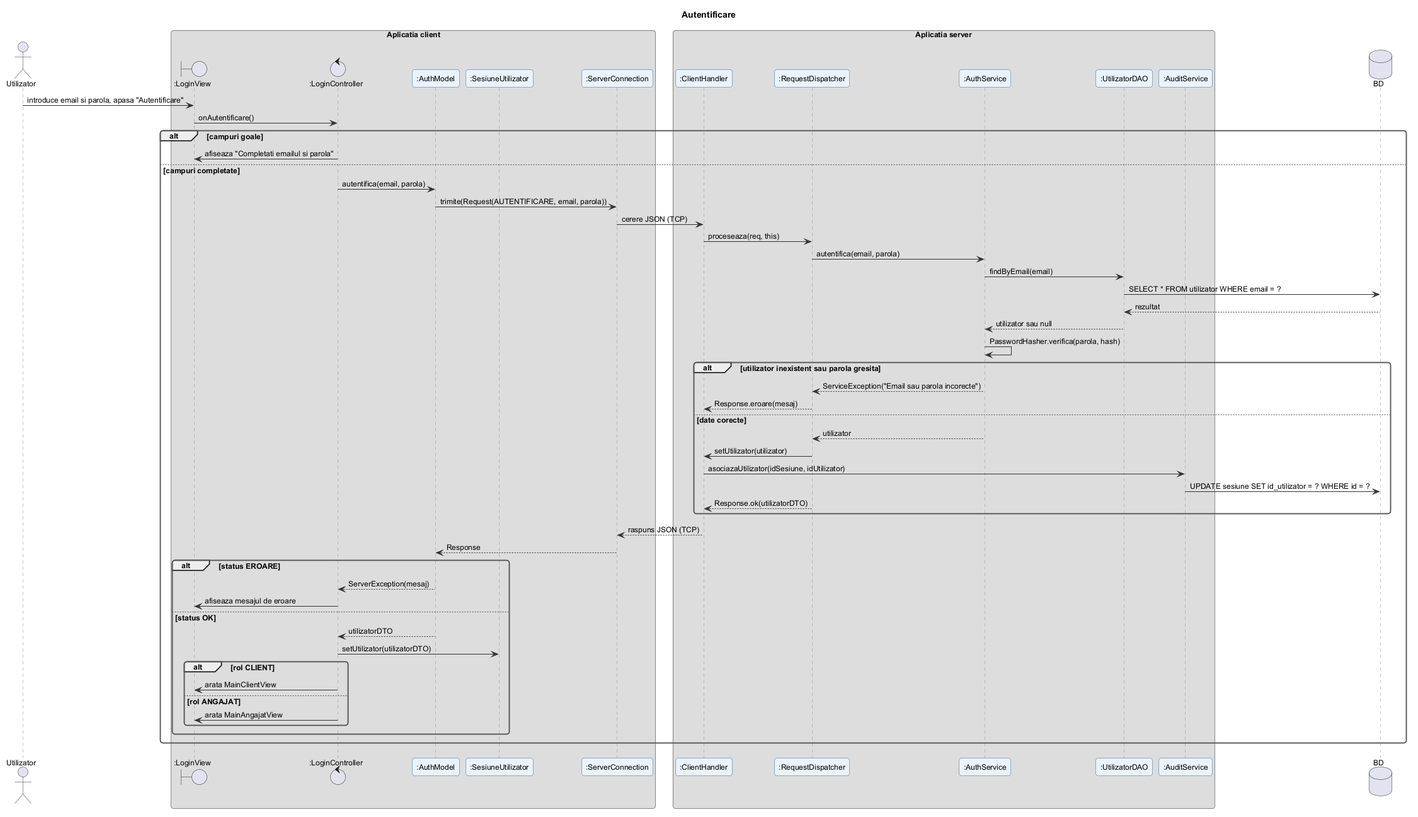
Before: docs/diagrame/6_secventa/autentificare.png, a diagram exported from PlantUML (filip-eanu/ProiectIS). Its diagram source:
```plantuml
@startuml autentificare
!include ../_stil.iuml
title Autentificare

actor Utilizator
box "Aplicatia client"
boundary ":LoginView" as V
control ":LoginController" as C
participant ":AuthModel" as M
participant ":SesiuneUtilizator" as SU
participant ":ServerConnection" as SC
end box
box "Aplicatia server"
participant ":ClientHandler" as CH
participant ":RequestDispatcher" as RD
participant ":AuthService" as S
participant ":UtilizatorDAO" as D
participant ":AuditService" as AS
end box
database "BD" as DB

Utilizator -> V : introduce email si parola, apasa "Autentificare"
V -> C : onAutentificare()
alt campuri goale
  C -> V : afiseaza "Completati emailul si parola"
else campuri completate
  C -> M : autentifica(email, parola)
  M -> SC : trimite(Request(AUTENTIFICARE, email, parola))
  SC -> CH : cerere JSON (TCP)
  CH -> RD : proceseaza(req, this)
  RD -> S : autentifica(email, parola)
  S -> D : findByEmail(email)
  D -> DB : SELECT * FROM utilizator WHERE email = ?
  DB --> D : rezultat
  D --> S : utilizator sau null
  S -> S : PasswordHasher.verifica(parola, hash)
  alt utilizator inexistent sau parola gresita
    S --> RD : ServiceException("Email sau parola incorecte")
    RD --> CH : Response.eroare(mesaj)
  else date corecte
    S --> RD : utilizator
    RD -> CH : setUtilizator(utilizator)
    CH -> AS : asociazaUtilizator(idSesiune, idUtilizator)
    AS -> DB : UPDATE sesiune SET id_utilizator = ? WHERE id = ?
    RD --> CH : Response.ok(utilizatorDTO)
  end
  CH --> SC : raspuns JSON (TCP)
  SC --> M : Response
  alt status EROARE
    M --> C : ServerException(mesaj)
    C -> V : afiseaza mesajul de eroare
  else status OK
    M --> C : utilizatorDTO
    C -> SU : setUtilizator(utilizatorDTO)
    alt rol CLIENT
      C -> V : arata MainClientView
    else rol ANGAJAT
      C -> V : arata MainAngajatView
    end
  end
end
@enduml
```
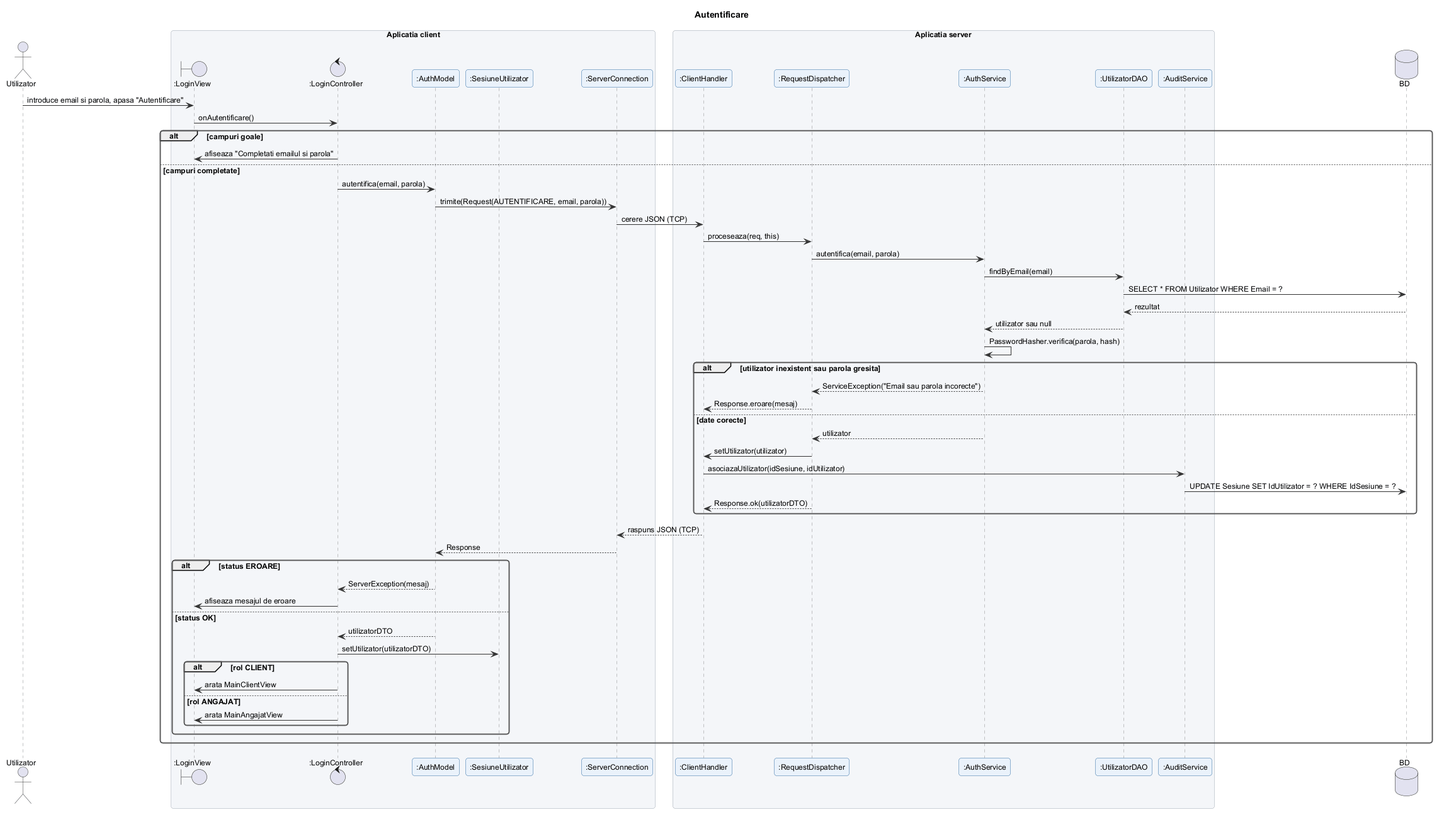
After the change.

Diff of the diagram source:
```diff
@@ -30,7 +30,7 @@
   CH -> RD : proceseaza(req, this)
   RD -> S : autentifica(email, parola)
   S -> D : findByEmail(email)
-  D -> DB : SELECT * FROM utilizator WHERE email = ?
+  D -> DB : SELECT * FROM Utilizator WHERE Email = ?
   DB --> D : rezultat
   D --> S : utilizator sau null
   S -> S : PasswordHasher.verifica(parola, hash)
@@ -41,7 +41,7 @@
     S --> RD : utilizator
     RD -> CH : setUtilizator(utilizator)
     CH -> AS : asociazaUtilizator(idSesiune, idUtilizator)
-    AS -> DB : UPDATE sesiune SET id_utilizator = ? WHERE id = ?
+    AS -> DB : UPDATE Sesiune SET IdUtilizator = ? WHERE IdSesiune = ?
     RD --> CH : Response.ok(utilizatorDTO)
   end
   CH --> SC : raspuns JSON (TCP)
```
